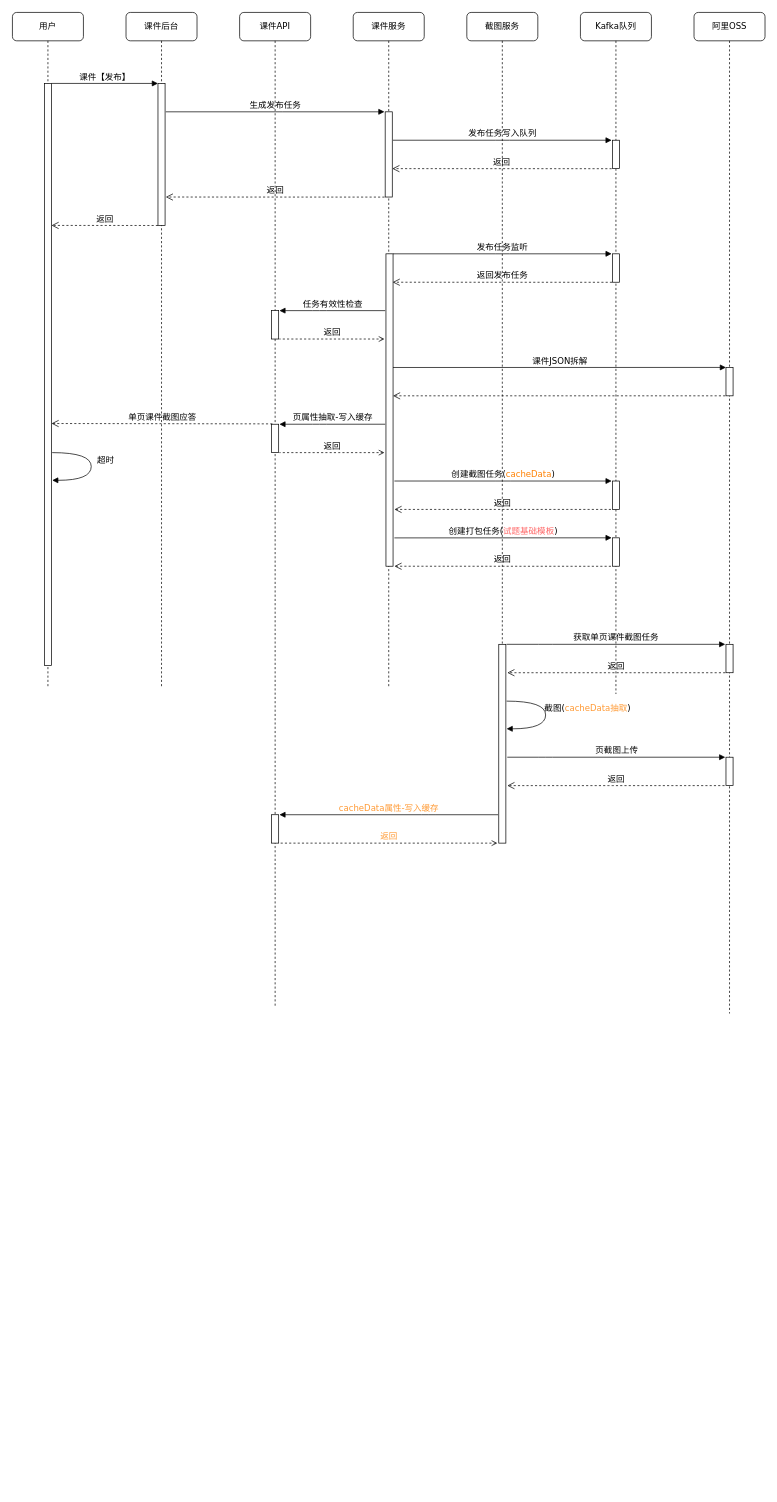
Before: cw3-release.drawio in huanjiesm/courseware-draw, a draw.io diagram. Source tidied: cells renumbered, new cells numbered last; positions are measured from the earlier drawing's top-left corner, leaving out a move shared by most shapes. Both pictures are drawn from the tidied source at 71%, with x=0, y=0 at pixel (12, 12).
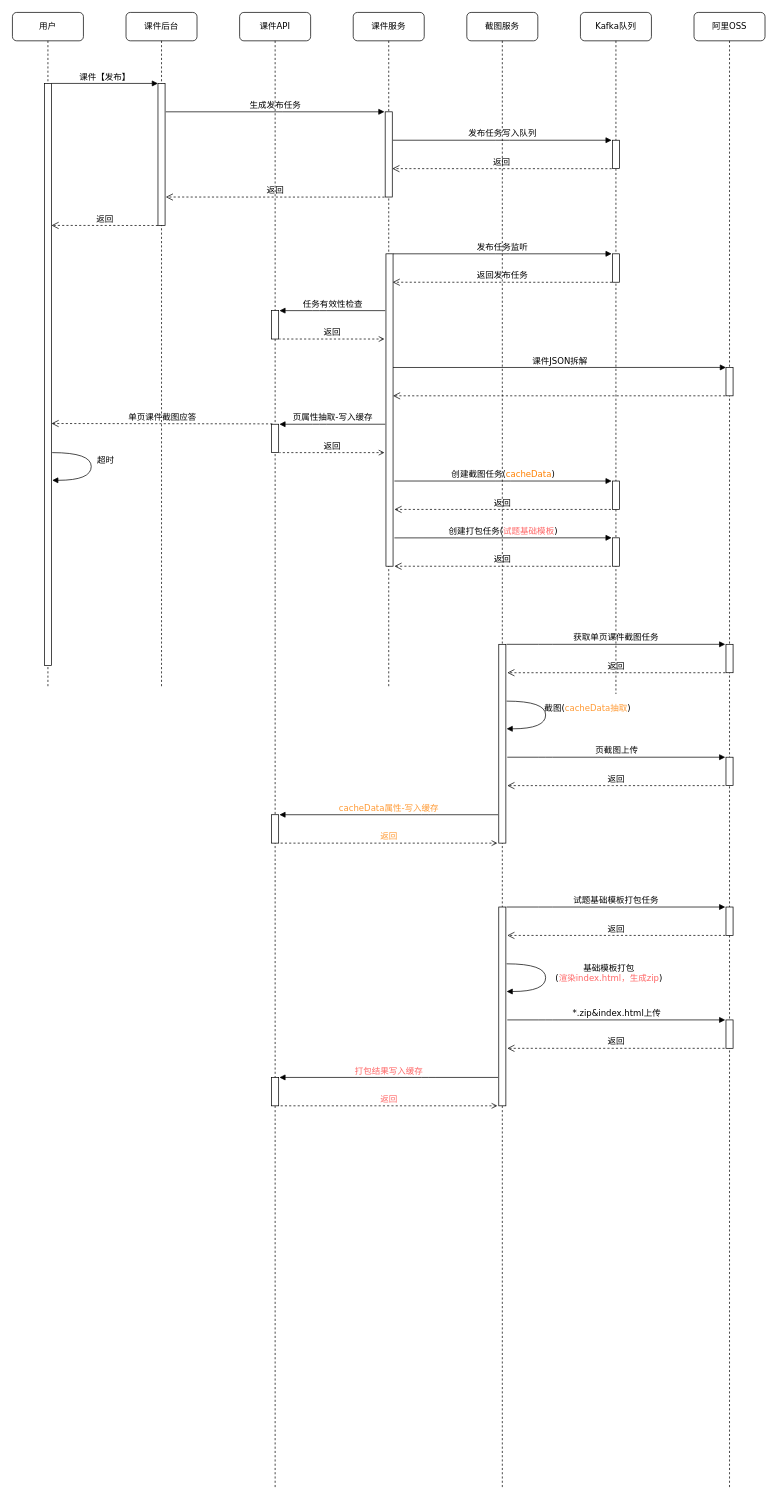
The same page after the edit.

Diff of the diagram source:
```diff
@@
     <mxCell id="2" value="阿里OSS" style="shape=umlLifeline;perimeter=lifelinePerimeter;whiteSpace=wrap;html=1;rounded=1;shadow=0;comic=0;labelBackgroundColor=none;strokeWidth=1;fontFamily=Verdana;fontSize=12;align=center;" parent="1" vertex="1">
-      <mxGeometry x="960" width="100" height="1410" as="geometry" />
+      <mxGeometry x="960" width="100" height="2080" as="geometry" />
     </mxCell>
@@
     <mxCell id="15" value="课件API" style="shape=umlLifeline;perimeter=lifelinePerimeter;whiteSpace=wrap;html=1;rounded=1;shadow=0;comic=0;labelBackgroundColor=none;strokeWidth=1;fontFamily=Verdana;fontSize=12;align=center;" parent="1" vertex="1">
-      <mxGeometry x="320" width="100" height="1400" as="geometry" />
+      <mxGeometry x="320" width="100" height="2080" as="geometry" />
     </mxCell>
@@
     <mxCell id="29" value="截图服务" style="shape=umlLifeline;perimeter=lifelinePerimeter;whiteSpace=wrap;html=1;rounded=1;shadow=0;comic=0;labelBackgroundColor=none;strokeWidth=1;fontFamily=Verdana;fontSize=12;align=center;" parent="1" vertex="1">
-      <mxGeometry x="640" width="100" height="950" as="geometry" />
+      <mxGeometry x="640" width="100" height="2080" as="geometry" />
     </mxCell>
@@
+    <mxCell id="51" style="html=1;perimeter=orthogonalPerimeter;rounded=0;shadow=0;comic=0;labelBackgroundColor=none;strokeWidth=1;fontFamily=Verdana;fontSize=12;align=center;" parent="1" vertex="1">
+      <mxGeometry x="1005" y="1260" width="10" height="40" as="geometry" />
+    </mxCell>
+    <mxCell id="52" style="html=1;perimeter=orthogonalPerimeter;rounded=0;shadow=0;comic=0;labelBackgroundColor=none;strokeWidth=1;fontFamily=Verdana;fontSize=12;align=center;" parent="1" vertex="1">
+      <mxGeometry x="1005" y="1419" width="10" height="40" as="geometry" />
+    </mxCell>
+    <mxCell id="53" style="html=1;perimeter=orthogonalPerimeter;rounded=0;shadow=0;comic=0;labelBackgroundColor=none;strokeWidth=1;fontFamily=Verdana;fontSize=12;align=center;" parent="1" vertex="1">
+      <mxGeometry x="365" y="1500" width="10" height="40" as="geometry" />
+    </mxCell>
+    <mxCell id="54" style="html=1;perimeter=orthogonalPerimeter;rounded=0;shadow=0;comic=0;labelBackgroundColor=none;strokeWidth=1;fontFamily=Verdana;fontSize=12;align=center;" parent="1" vertex="1">
+      <mxGeometry x="685" y="1260" width="10" height="280" as="geometry" />
+    </mxCell>
+    <mxCell id="55" value="试题基础模板打包任务" style="html=1;verticalAlign=bottom;endArrow=block;labelBackgroundColor=none;fontFamily=Verdana;fontSize=12;edgeStyle=elbowEdgeStyle;elbow=vertical;" parent="1" edge="1">
+      <mxGeometry relative="1" as="geometry">
+        <mxPoint x="696" y="1260" as="sourcePoint" />
+        <mxPoint x="1004" y="1260" as="targetPoint" />
+        <Array as="points">
+          <mxPoint x="751" y="1260" />
+          <mxPoint x="761" y="1320" />
+          <mxPoint x="801" y="1330" />
+          <mxPoint x="781" y="1290" />
+          <mxPoint x="701" y="1180" />
+        </Array>
+      </mxGeometry>
+    </mxCell>
+    <mxCell id="56" value="返回" style="html=1;verticalAlign=bottom;endArrow=open;dashed=1;endSize=8;labelBackgroundColor=none;fontFamily=Verdana;fontSize=12;edgeStyle=elbowEdgeStyle;elbow=vertical;" parent="1" edge="1">
+      <mxGeometry relative="1" as="geometry">
+        <mxPoint x="1004" y="1300" as="sourcePoint" />
+        <mxPoint x="697" y="1300" as="targetPoint" />
+      </mxGeometry>
+    </mxCell>
+    <mxCell id="57" value="基础模板打包&lt;br&gt;(&lt;font color=&quot;#ff6666&quot;&gt;渲染index.html，生成zip&lt;/font&gt;)" style="html=1;verticalAlign=bottom;endArrow=block;labelBackgroundColor=none;fontFamily=Verdana;fontSize=12;elbow=vertical;edgeStyle=orthogonalEdgeStyle;curved=1;exitX=1.038;exitY=0.345;exitPerimeter=0;entryX=1.027;entryY=0.831;entryDx=0;entryDy=0;entryPerimeter=0;" parent="1" edge="1">
+      <mxGeometry x="0.14" y="89" relative="1" as="geometry">
+        <mxPoint x="696" y="1340" as="sourcePoint" />
+        <mxPoint x="696" y="1379" as="targetPoint" />
+        <Array as="points">
+          <mxPoint x="751" y="1340" />
+          <mxPoint x="751" y="1379" />
+        </Array>
+      </mxGeometry>
+    </mxCell>
+    <mxCell id="58" value="*.zip&amp;amp;index.html上传" style="html=1;verticalAlign=bottom;endArrow=block;labelBackgroundColor=none;fontFamily=Verdana;fontSize=12;edgeStyle=elbowEdgeStyle;elbow=vertical;" parent="1" edge="1">
+      <mxGeometry relative="1" as="geometry">
+        <mxPoint x="697" y="1419" as="sourcePoint" />
+        <mxPoint x="1004" y="1419" as="targetPoint" />
+        <Array as="points">
+          <mxPoint x="750.5" y="1419" />
+          <mxPoint x="760.5" y="1479" />
+          <mxPoint x="800.5" y="1489" />
+          <mxPoint x="780.5" y="1449" />
+          <mxPoint x="700.5" y="1339" />
+        </Array>
+      </mxGeometry>
+    </mxCell>
+    <mxCell id="59" value="返回" style="html=1;verticalAlign=bottom;endArrow=open;dashed=1;endSize=8;labelBackgroundColor=none;fontFamily=Verdana;fontSize=12;edgeStyle=elbowEdgeStyle;elbow=vertical;" parent="1" edge="1">
+      <mxGeometry relative="1" as="geometry">
+        <mxPoint x="1003" y="1459" as="sourcePoint" />
+        <mxPoint x="697" y="1459" as="targetPoint" />
+      </mxGeometry>
+    </mxCell>
+    <mxCell id="60" value="&lt;font color=&quot;#ff6666&quot;&gt;打包结果写入缓存&lt;/font&gt;" style="html=1;verticalAlign=bottom;endArrow=none;labelBackgroundColor=none;fontFamily=Verdana;fontSize=12;edgeStyle=elbowEdgeStyle;elbow=vertical;entryX=-0.209;entryY=0;entryDx=0;entryDy=0;entryPerimeter=0;startArrow=block;startFill=1;endFill=0;" parent="1" edge="1">
+      <mxGeometry relative="1" as="geometry">
+        <mxPoint x="376" y="1500" as="sourcePoint" />
+        <mxPoint x="684" y="1500" as="targetPoint" />
+        <Array as="points">
+          <mxPoint x="586.5" y="1500" />
+          <mxPoint x="596.5" y="1560" />
+          <mxPoint x="636.5" y="1570" />
+          <mxPoint x="616.5" y="1530" />
+          <mxPoint x="536.5" y="1420" />
+        </Array>
+      </mxGeometry>
+    </mxCell>
+    <mxCell id="61" value="&lt;font color=&quot;#ff6666&quot;&gt;返回&lt;/font&gt;" style="html=1;verticalAlign=bottom;endArrow=none;dashed=1;endSize=8;labelBackgroundColor=none;fontFamily=Verdana;fontSize=12;edgeStyle=elbowEdgeStyle;elbow=vertical;startArrow=open;startFill=0;endFill=0;" parent="1" edge="1">
+      <mxGeometry relative="1" as="geometry">
+        <mxPoint x="683" y="1540" as="sourcePoint" />
+        <mxPoint x="377" y="1540" as="targetPoint" />
+      </mxGeometry>
+    </mxCell>
```
